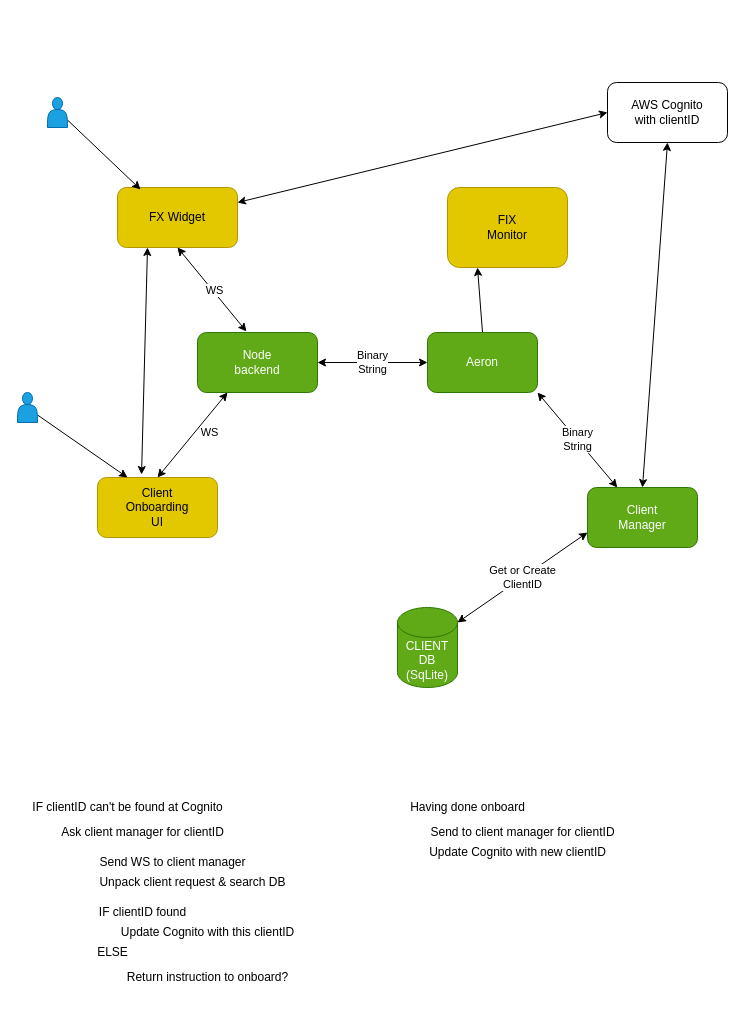
Above: client.drawio in rupweb/ws-front-end (draw.io), before the change. Source tidied: cells renumbered, new cells numbered last; positions are measured from the earlier drawing's top-left corner, leaving out a move shared by most shapes. Both pictures are drawn from the tidied source at 100%, with x=0, y=0 at pixel (17, 82).
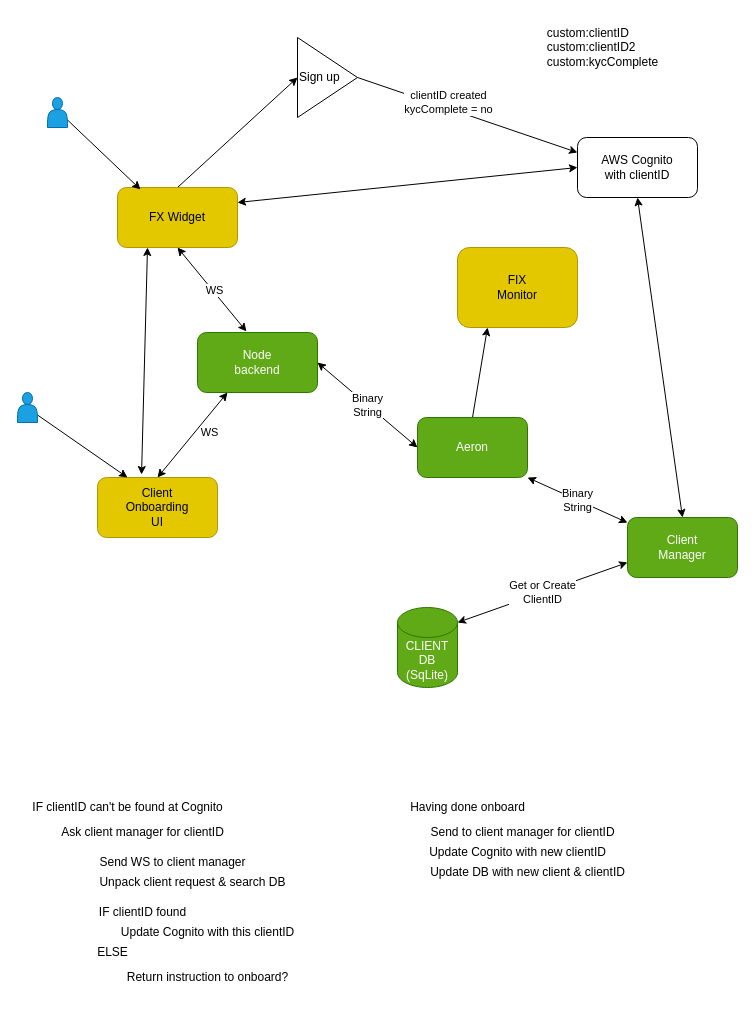
The same page after the edit.

Commit message (it also covers changes not shown here):
Update client onboarding process

Unchanged cells that the change refers to:
```xml
<mxCell id="3" value="FX Widget" style="rounded=1;whiteSpace=wrap;html=1;fillColor=#e3c800;fontColor=#000000;strokeColor=#B09500;" parent="1" vertex="1">
  <mxGeometry x="100" y="105" width="120" height="60" as="geometry" />
</mxCell>
```

Diff of the diagram source:
```diff
@@
+    <mxCell id="36" style="edgeStyle=none;html=1;exitX=0.5;exitY=0;exitDx=0;exitDy=0;entryX=0;entryY=0.5;entryDx=0;entryDy=0;" parent="1" edge="1" source="3" target="40">
+      <mxGeometry relative="1" as="geometry" />
+    </mxCell>
@@
     <mxCell id="12" value="Aeron" style="rounded=1;whiteSpace=wrap;html=1;strokeColor=#2D7600;fillColor=#60a917;fontColor=#ffffff;" parent="1" vertex="1">
-      <mxGeometry x="410" y="250" width="110" height="60" as="geometry" />
+      <mxGeometry x="400" y="335" width="110" height="60" as="geometry" />
     </mxCell>
@@
     <mxCell id="14" value="FIX&lt;br&gt;Monitor" style="rounded=1;whiteSpace=wrap;html=1;fillColor=#e3c800;fontColor=#000000;strokeColor=#B09500;" parent="1" vertex="1">
-      <mxGeometry x="430" y="105" width="120" height="80" as="geometry" />
+      <mxGeometry x="440" y="165" width="120" height="80" as="geometry" />
     </mxCell>
@@
     <mxCell id="23" value="AWS Cognito&lt;br&gt;with clientID" style="rounded=1;whiteSpace=wrap;html=1;" parent="1" vertex="1">
-      <mxGeometry x="590" width="120" height="60" as="geometry" />
+      <mxGeometry x="560" y="55" width="120" height="60" as="geometry" />
     </mxCell>
     <mxCell id="24" value="Client&lt;br&gt;Manager" style="rounded=1;whiteSpace=wrap;html=1;strokeColor=#2D7600;fillColor=#60a917;fontColor=#ffffff;" parent="1" vertex="1">
-      <mxGeometry x="570" y="405" width="110" height="60" as="geometry" />
+      <mxGeometry x="610" y="435" width="110" height="60" as="geometry" />
     </mxCell>
@@
+    <mxCell id="37" value="Update DB with new client &amp;amp; clientID" style="text;html=1;align=center;verticalAlign=middle;strokeColor=none;fillColor=none;" parent="1" vertex="1">
+      <mxGeometry x="400" y="775" width="220" height="30" as="geometry" />
+    </mxCell>
+    <mxCell id="38" style="edgeStyle=none;html=1;exitX=1;exitY=0.5;exitDx=0;exitDy=0;entryX=0;entryY=0.25;entryDx=0;entryDy=0;" parent="1" edge="1" source="40" target="23">
+      <mxGeometry relative="1" as="geometry" />
+    </mxCell>
+    <mxCell id="39" value="clientID created&lt;br&gt;kycComplete = no" style="edgeLabel;html=1;align=center;verticalAlign=middle;" parent="38" vertex="1">
+      <mxGeometry x="-0.29" y="3" relative="1" as="geometry">
+        <mxPoint x="11" y="1" as="offset" />
+      </mxGeometry>
+    </mxCell>
+    <mxCell id="40" value="Sign up" style="triangle;whiteSpace=wrap;html=1;align=left;" parent="1" vertex="1">
+      <mxGeometry x="280" y="-45" width="60" height="80" as="geometry" />
+    </mxCell>
+    <mxCell id="41" value="&lt;div style=&quot;text-align: left;&quot;&gt;&lt;span style=&quot;background-color: initial;&quot;&gt;custom:clientID&lt;/span&gt;&lt;/div&gt;&lt;div style=&quot;text-align: left;&quot;&gt;&lt;span style=&quot;background-color: initial;&quot;&gt;custom:clientID2&lt;/span&gt;&lt;/div&gt;custom:kycComplete" style="text;html=1;align=center;verticalAlign=middle;strokeColor=none;fillColor=none;" parent="1" vertex="1">
+      <mxGeometry x="520" y="-65" width="130" height="60" as="geometry" />
+    </mxCell>
```
